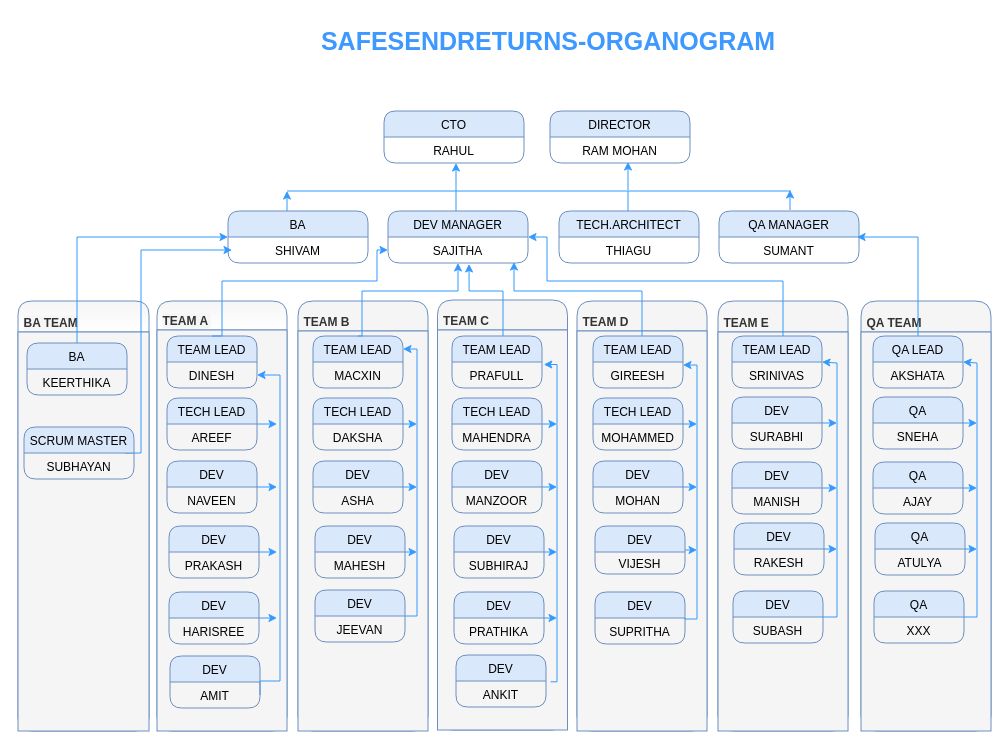
Earlier version of the draw.io diagram SAFESENDRETURNS-ORGANOGRAM.drawio (sajithasreejith/Architecture-Diagrams). Source tidied: cells renumbered, new cells numbered last; positions are measured from the earlier drawing's top-left corner, leaving out a move shared by most shapes. Both pictures are drawn from the tidied source at 100%, with x=0, y=0 at pixel (17, 17).
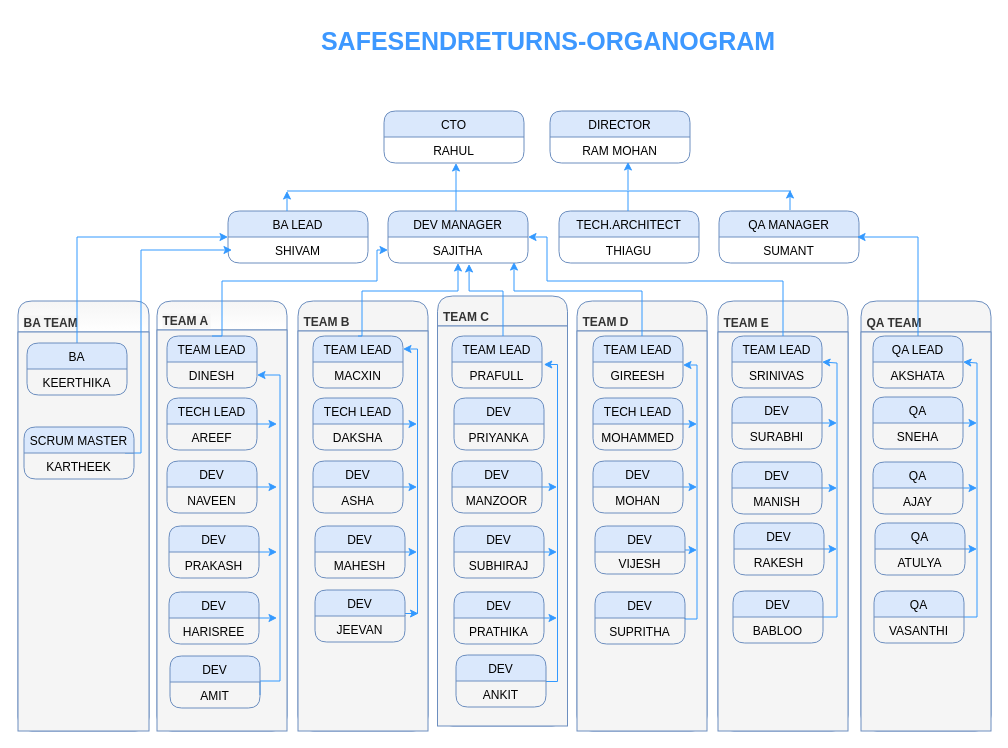
Above is the later version.

The change refers to these unchanged cells:
```xml
<mxCell id="20" value="SCRUM MASTER" style="swimlane;fontStyle=0;horizontal=1;startSize=26;fillColor=#dae8fc;labelBackgroundColor=none;rounded=1;shadow=0;glass=0;comic=0;strokeColor=#6c8ebf;labelPosition=center;verticalLabelPosition=middle;align=center;verticalAlign=middle;" parent="1" vertex="1">
  <mxGeometry x="6.5" y="409.5" width="110" height="52" as="geometry" />
</mxCell>
<mxCell id="41" value="TEAM LEAD" style="swimlane;fontStyle=0;horizontal=1;startSize=26;fillColor=#dae8fc;labelBackgroundColor=none;rounded=1;shadow=0;glass=0;comic=0;strokeColor=#6c8ebf;labelPosition=center;verticalLabelPosition=middle;align=center;verticalAlign=middle;" parent="1" vertex="1">
  <mxGeometry x="295.5" y="318.5" width="90" height="52" as="geometry" />
</mxCell>
<mxCell id="53" value="DEV" style="swimlane;fontStyle=0;horizontal=1;startSize=26;fillColor=#dae8fc;labelBackgroundColor=none;rounded=1;shadow=0;glass=0;comic=0;strokeColor=#6c8ebf;labelPosition=center;verticalLabelPosition=middle;align=center;verticalAlign=middle;" parent="1" vertex="1">
  <mxGeometry x="297.5" y="572.5" width="90" height="52" as="geometry" />
</mxCell>
<mxCell id="54" value="JEEVAN" style="text;strokeColor=none;fillColor=none;align=center;verticalAlign=middle;spacingLeft=4;spacingRight=4;overflow=hidden;points=[[0,0.5],[1,0.5]];portConstraint=eastwest;labelPosition=center;verticalLabelPosition=middle;" parent="53" vertex="1">
  <mxGeometry y="26" width="90" height="26" as="geometry" />
</mxCell>
<mxCell id="101" value="DEV" style="swimlane;fontStyle=0;horizontal=1;startSize=26;fillColor=#dae8fc;labelBackgroundColor=none;rounded=1;shadow=0;glass=0;comic=0;strokeColor=#6c8ebf;labelPosition=center;verticalLabelPosition=middle;align=center;verticalAlign=middle;" parent="1" vertex="1">
  <mxGeometry x="715.5" y="573.5" width="90" height="52" as="geometry" />
</mxCell>
<mxCell id="118" value="QA" style="swimlane;fontStyle=0;horizontal=1;startSize=26;fillColor=#dae8fc;labelBackgroundColor=none;rounded=1;shadow=0;glass=0;comic=0;strokeColor=#6c8ebf;labelPosition=center;verticalLabelPosition=middle;align=center;verticalAlign=middle;" parent="1" vertex="1">
  <mxGeometry x="856.5" y="573.5" width="90" height="52" as="geometry" />
</mxCell>
<mxCell id="135" value="ANKIT" style="text;strokeColor=none;fillColor=none;align=center;verticalAlign=middle;spacingLeft=4;spacingRight=4;overflow=hidden;points=[[0,0.5],[1,0.5]];portConstraint=eastwest;labelPosition=center;verticalLabelPosition=middle;" parent="134" vertex="1">
  <mxGeometry y="26" width="90" height="26" as="geometry" />
</mxCell>
```

Diff of the diagram source:
```diff
@@
-    <mxCell id="8" value="BA" style="swimlane;fontStyle=0;horizontal=1;startSize=26;fillColor=#dae8fc;labelBackgroundColor=none;rounded=1;shadow=0;glass=0;comic=0;strokeColor=#6c8ebf;labelPosition=center;verticalLabelPosition=middle;align=center;verticalAlign=middle;" parent="1" vertex="1">
+    <mxCell id="8" value="BA LEAD" style="swimlane;fontStyle=0;horizontal=1;startSize=26;fillColor=#dae8fc;labelBackgroundColor=none;rounded=1;shadow=0;glass=0;comic=0;strokeColor=#6c8ebf;labelPosition=center;verticalLabelPosition=middle;align=center;verticalAlign=middle;" parent="1" vertex="1">
       <mxGeometry x="210.5" y="193.5" width="140" height="52" as="geometry" />
     </mxCell>
@@
-    <mxCell id="21" value="SUBHAYAN" style="text;strokeColor=none;fillColor=none;align=center;verticalAlign=middle;spacingLeft=4;spacingRight=4;overflow=hidden;points=[[0,0.5],[1,0.5]];portConstraint=eastwest;labelPosition=center;verticalLabelPosition=middle;" parent="20" vertex="1">
+    <mxCell id="21" value="KARTHEEK" style="text;strokeColor=none;fillColor=none;align=center;verticalAlign=middle;spacingLeft=4;spacingRight=4;overflow=hidden;points=[[0,0.5],[1,0.5]];portConstraint=eastwest;labelPosition=center;verticalLabelPosition=middle;" parent="20" vertex="1">
       <mxGeometry y="26" width="110" height="26" as="geometry" />
     </mxCell>
@@
-    <mxCell id="52" style="edgeStyle=orthogonalEdgeStyle;rounded=0;jettySize=auto;html=1;exitX=1;exitY=0.5;exitDx=0;exitDy=0;entryX=1;entryY=0.25;entryDx=0;entryDy=0;fontSize=12;strokeColor=#3399FF;" parent="1" edge="1" source="53" target="41">
+    <mxCell id="52" style="edgeStyle=orthogonalEdgeStyle;rounded=0;jettySize=auto;html=1;exitX=1.006;exitY=-0.019;exitDx=0;exitDy=0;entryX=1;entryY=0.25;entryDx=0;entryDy=0;fontSize=12;strokeColor=#3399FF;exitPerimeter=0;" parent="1" edge="1" source="54" target="41">
       <mxGeometry relative="1" as="geometry">
         <Array as="points">
-          <mxPoint x="399.5" y="598.5" />
-          <mxPoint x="399.5" y="331.5" />
+          <mxPoint x="387" y="598" />
+          <mxPoint x="387" y="596" />
+          <mxPoint x="400" y="596" />
+          <mxPoint x="400" y="332" />
         </Array>
       </mxGeometry>
     </mxCell>
@@
     <mxCell id="55" value="TEAM C" style="swimlane;fontStyle=1;horizontal=1;startSize=30;fillColor=#f5f5f5;rounded=1;shadow=0;glass=0;comic=0;labelBackgroundColor=#F5F5F5;strokeColor=#6C8EBF;fontColor=#333333;arcSize=17;align=left;verticalAlign=bottom;spacingLeft=4;" parent="1" vertex="1">
-      <mxGeometry x="420" y="282.5" width="130" height="430" as="geometry" />
+      <mxGeometry x="420" y="278.5" width="130" height="430" as="geometry" />
     </mxCell>
@@
-    <mxCell id="65" style="edgeStyle=orthogonalEdgeStyle;rounded=0;jettySize=auto;html=1;exitX=1;exitY=0.5;exitDx=0;exitDy=0;fontSize=12;strokeColor=#3399FF;" parent="1" edge="1" source="66">
-      <mxGeometry relative="1" as="geometry">
-        <mxPoint x="539.5" y="406.5" as="targetPoint" />
-      </mxGeometry>
-    </mxCell>
-    <mxCell id="66" value="TECH LEAD" style="swimlane;fontStyle=0;horizontal=1;startSize=26;fillColor=#dae8fc;labelBackgroundColor=none;rounded=1;shadow=0;glass=0;comic=0;strokeColor=#6c8ebf;labelPosition=center;verticalLabelPosition=middle;align=center;verticalAlign=middle;" parent="1" vertex="1">
-      <mxGeometry x="434.5" y="380.5" width="90" height="52" as="geometry" />
-    </mxCell>
-    <mxCell id="67" value="MAHENDRA" style="text;strokeColor=none;fillColor=none;align=center;verticalAlign=middle;spacingLeft=4;spacingRight=4;overflow=hidden;labelPosition=center;verticalLabelPosition=middle;" parent="66" vertex="1">
-      <mxGeometry y="26" width="90" height="26" as="geometry" />
-    </mxCell>
@@
-    <mxCell id="102" value="SUBASH" style="text;strokeColor=none;fillColor=none;align=center;verticalAlign=middle;spacingLeft=4;spacingRight=4;overflow=hidden;labelPosition=center;verticalLabelPosition=middle;" parent="101" vertex="1">
+    <mxCell id="102" value="BABLOO" style="text;strokeColor=none;fillColor=none;align=center;verticalAlign=middle;spacingLeft=4;spacingRight=4;overflow=hidden;labelPosition=center;verticalLabelPosition=middle;" parent="101" vertex="1">
       <mxGeometry y="26" width="90" height="26" as="geometry" />
     </mxCell>
@@
-    <mxCell id="119" value="XXX" style="text;strokeColor=none;fillColor=none;align=center;verticalAlign=middle;spacingLeft=4;spacingRight=4;overflow=hidden;labelPosition=center;verticalLabelPosition=middle;" parent="118" vertex="1">
+    <mxCell id="119" value="VASANTHI" style="text;strokeColor=none;fillColor=none;align=center;verticalAlign=middle;spacingLeft=4;spacingRight=4;overflow=hidden;labelPosition=center;verticalLabelPosition=middle;" parent="118" vertex="1">
       <mxGeometry y="26" width="90" height="26" as="geometry" />
     </mxCell>
@@
-    <mxCell id="133" style="edgeStyle=orthogonalEdgeStyle;rounded=0;orthogonalLoop=1;jettySize=auto;html=1;exitX=1;exitY=0.5;exitDx=0;exitDy=0;entryX=0.967;entryY=0.077;entryDx=0;entryDy=0;entryPerimeter=0;fontSize=12;strokeColor=#3399FF;" parent="1" edge="1">
+    <mxCell id="133" style="edgeStyle=orthogonalEdgeStyle;rounded=0;jettySize=auto;html=1;entryX=0.967;entryY=0.077;entryDx=0;entryDy=0;entryPerimeter=0;fontSize=12;strokeColor=#3399FF;" parent="1" edge="1" source="135">
       <mxGeometry relative="1" as="geometry">
-        <mxPoint x="533" y="664.3" as="sourcePoint" />
         <mxPoint x="526.3" y="347" as="targetPoint" />
         <Array as="points">
-          <mxPoint x="539.5" y="663.5" />
-          <mxPoint x="539.5" y="346.5" />
+          <mxPoint x="540" y="664" />
+          <mxPoint x="540" y="347" />
         </Array>
       </mxGeometry>
     </mxCell>
@@
+    <mxCell id="138" style="edgeStyle=orthogonalEdgeStyle;rounded=0;orthogonalLoop=1;jettySize=auto;html=1;exitX=1;exitY=0.5;exitDx=0;exitDy=0;fontSize=12;strokeColor=#3399FF;" parent="1" edge="1">
+      <mxGeometry relative="1" as="geometry">
+        <mxPoint x="389" y="596" as="sourcePoint" />
+        <mxPoint x="401" y="596" as="targetPoint" />
+      </mxGeometry>
+    </mxCell>
+    <mxCell id="139" value="DEV" style="swimlane;fontStyle=0;horizontal=1;startSize=26;fillColor=#dae8fc;labelBackgroundColor=none;rounded=1;shadow=0;glass=0;comic=0;strokeColor=#6c8ebf;labelPosition=center;verticalLabelPosition=middle;align=center;verticalAlign=middle;" parent="1" vertex="1">
+      <mxGeometry x="436.5" y="380.5" width="90" height="52" as="geometry" />
+    </mxCell>
+    <mxCell id="140" value="PRIYANKA" style="text;strokeColor=none;fillColor=none;align=center;verticalAlign=middle;spacingLeft=4;spacingRight=4;overflow=hidden;labelPosition=center;verticalLabelPosition=middle;" parent="139" vertex="1">
+      <mxGeometry y="26" width="90" height="26" as="geometry" />
+    </mxCell>
```
